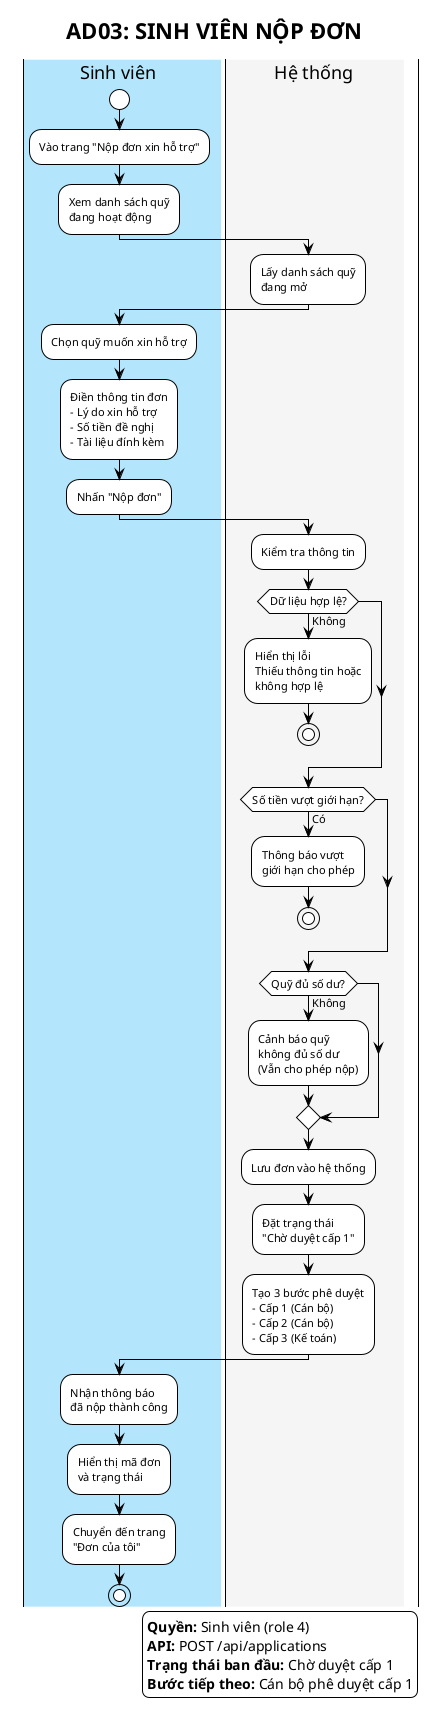
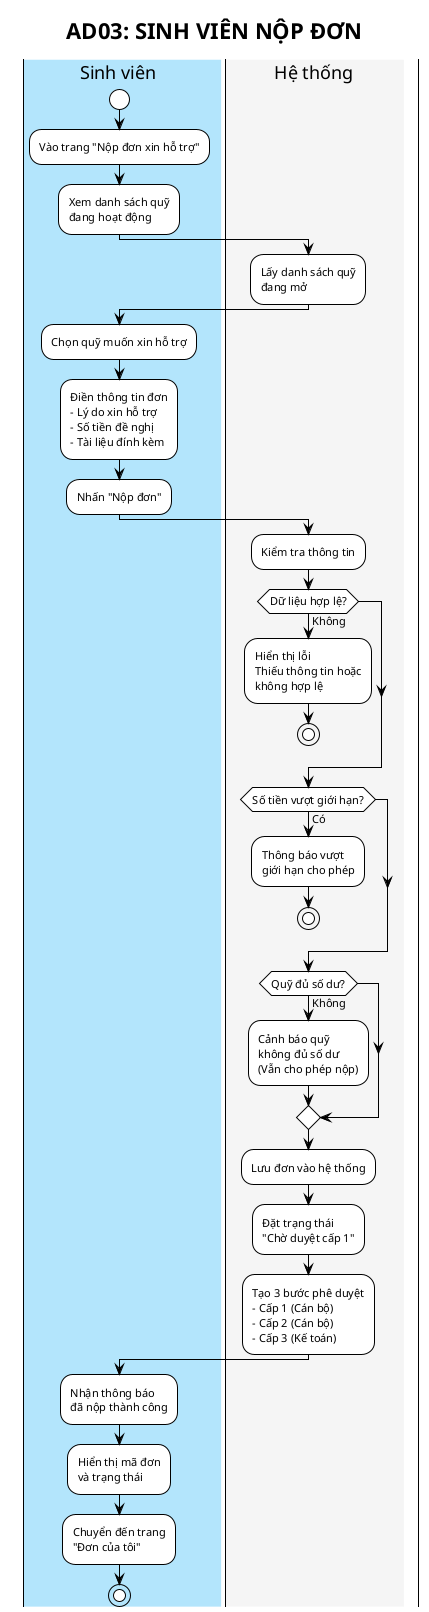
@startuml AD03_Sinh_Vien_Nop_Don
!theme plain
skinparam backgroundColor #FFFFFF
skinparam activityFontSize 11
skinparam swimlaneWidth 250

title **AD03: SINH VIÊN NỘP ĐƠN**

|#B3E5FC|Sinh viên|
start
:Vào trang "Nộp đơn xin hỗ trợ";
:Xem danh sách quỹ
đang hoạt động;

|#F5F5F5|Hệ thống|
:Lấy danh sách quỹ
đang mở;

|#B3E5FC|Sinh viên|
:Chọn quỹ muốn xin hỗ trợ;
:Điền thông tin đơn
- Lý do xin hỗ trợ
- Số tiền đề nghị
- Tài liệu đính kèm;
:Nhấn "Nộp đơn";

|#F5F5F5|Hệ thống|
:Kiểm tra thông tin;

if (Dữ liệu hợp lệ?) then (Không)
  :Hiển thị lỗi
  Thiếu thông tin hoặc
  không hợp lệ;
  stop
endif

if (Số tiền vượt giới hạn?) then (Có)
  :Thông báo vượt
  giới hạn cho phép;
  stop
endif

if (Quỹ đủ số dư?) then (Không)
  :Cảnh báo quỹ
  không đủ số dư
  (Vẫn cho phép nộp);
endif

:Lưu đơn vào hệ thống;
:Đặt trạng thái
"Chờ duyệt cấp 1";
:Tạo 3 bước phê duyệt
- Cấp 1 (Cán bộ)
- Cấp 2 (Cán bộ)
- Cấp 3 (Kế toán);

|#B3E5FC|Sinh viên|
:Nhận thông báo
đã nộp thành công;
:Hiển thị mã đơn
và trạng thái;
:Chuyển đến trang
"Đơn của tôi";
stop
- 
- legend right
- **Quyền:** Sinh viên (role 4)
- **API:** POST /api/applications
- **Trạng thái ban đầu:** Chờ duyệt cấp 1
- **Bước tiếp theo:** Cán bộ phê duyệt cấp 1
- endlegend
- 
@enduml
